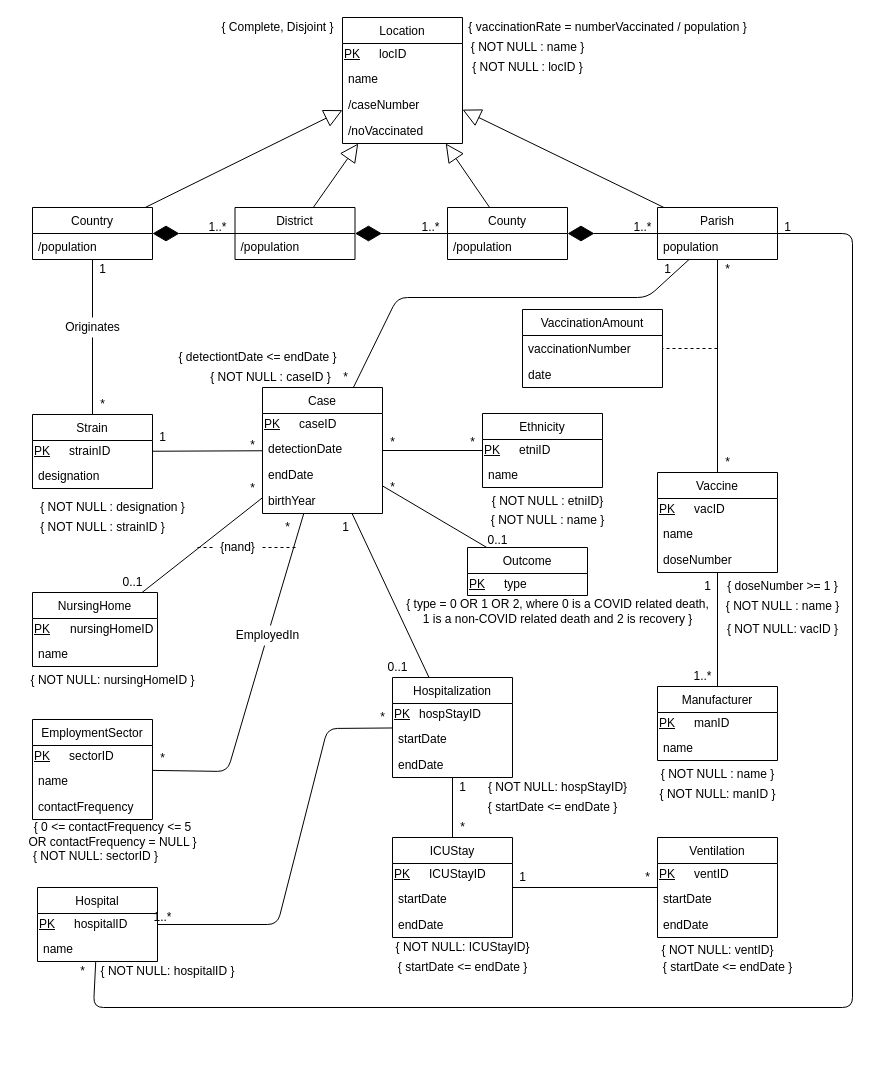
Above: proj.drawio in DreFlo/bdad-proj (draw.io), before the change. Source tidied: cells renumbered, new cells numbered last; positions are measured from the earlier drawing's top-left corner, leaving out a move shared by most shapes. Both pictures are drawn from the tidied source at 100%, with x=0, y=0 at pixel (22, 17).
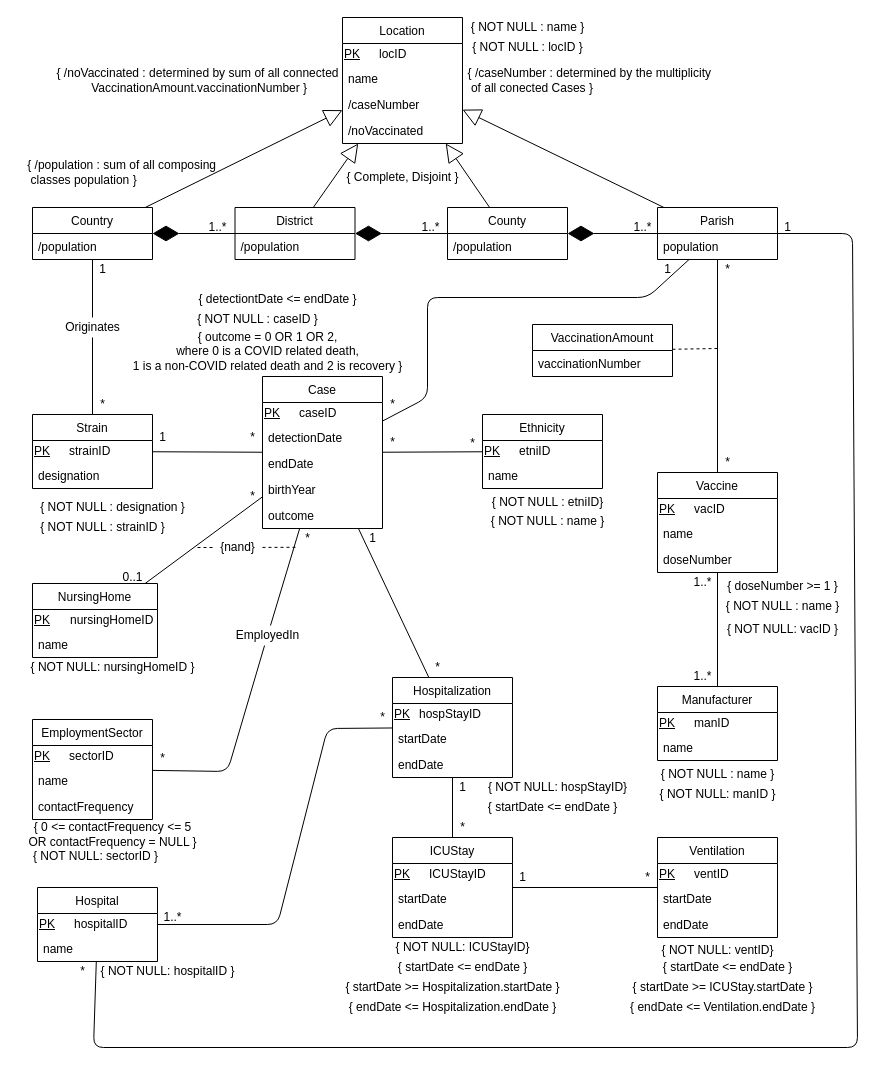
After the change.

Commit message:
UML changes. All done I think.

Unchanged cells that the change refers to:
```xml
<mxCell id="8" value="Parish" style="swimlane;fontStyle=0;horizontal=1;startSize=26;fillColor=none;" parent="1" vertex="1">
  <mxGeometry x="635" y="190" width="120" height="52" as="geometry" />
</mxCell>
<mxCell id="153" value="Hospital" style="swimlane;fontStyle=0;horizontal=1;startSize=26;fillColor=none;" parent="1" vertex="1">
  <mxGeometry x="15" y="870" width="120" height="74" as="geometry" />
</mxCell>
<mxCell id="183" value="{nand}" style="text;html=1;align=center;verticalAlign=middle;points=[];" parent="1" vertex="1">
  <mxGeometry x="190" y="520" width="50" height="20" as="geometry" />
</mxCell>
```

The edit, as a diff of the source:
```diff
@@
     <mxCell id="10" value="Case" style="swimlane;fontStyle=0;horizontal=1;startSize=26;fillColor=none;" parent="1" vertex="1">
-      <mxGeometry x="240" y="370" width="120" height="126" as="geometry" />
+      <mxGeometry x="240" y="359" width="120" height="152" as="geometry" />
     </mxCell>
@@
+    <mxCell id="185" value="outcome" style="text;strokeColor=none;fillColor=none;align=left;verticalAlign=top;spacingLeft=4;spacingRight=4;overflow=hidden;" parent="10" vertex="1">
+      <mxGeometry y="126" width="120" height="26" as="geometry" />
+    </mxCell>
@@
     <mxCell id="39" value="Ethnicity" style="swimlane;fontStyle=0;horizontal=1;startSize=26;fillColor=none;" parent="1" vertex="1">
-      <mxGeometry x="460" y="396" width="120" height="74" as="geometry" />
+      <mxGeometry x="460" y="397" width="120" height="74" as="geometry" />
     </mxCell>
@@
-    <mxCell id="48" value="1" style="text;html=1;align=center;verticalAlign=middle;" parent="1" vertex="1">
-      <mxGeometry x="675" y="559" width="20" height="20" as="geometry" />
+    <mxCell id="48" value="1..*" style="text;html=1;align=center;verticalAlign=middle;" parent="1" vertex="1">
+      <mxGeometry x="665" y="555" width="30" height="20" as="geometry" />
     </mxCell>
@@
     <mxCell id="79" value="*" style="text;html=1;align=center;verticalAlign=middle;" parent="1" vertex="1">
-      <mxGeometry x="220" y="418" width="20" height="20" as="geometry" />
+      <mxGeometry x="220" y="410" width="20" height="20" as="geometry" />
     </mxCell>
@@
     <mxCell id="81" style="endArrow=none;html=1;" parent="1" edge="1" source="10" target="8">
       <mxGeometry relative="1" as="geometry">
         <Array as="points">
-          <mxPoint x="375" y="280" />
+          <mxPoint x="405" y="380" />
+          <mxPoint x="405" y="280" />
           <mxPoint x="625" y="280" />
         </Array>
       </mxGeometry>
     </mxCell>
     <mxCell id="82" value="*" style="text;html=1;align=center;verticalAlign=middle;" parent="1" vertex="1">
-      <mxGeometry x="312.5" y="350" width="20" height="20" as="geometry" />
+      <mxGeometry x="360" y="377" width="20" height="20" as="geometry" />
     </mxCell>
@@
     <mxCell id="85" value="*" style="text;html=1;align=center;verticalAlign=middle;" parent="1" vertex="1">
-      <mxGeometry x="255" y="500" width="20" height="20" as="geometry" />
+      <mxGeometry x="275" y="511" width="20" height="20" as="geometry" />
     </mxCell>
-    <mxCell id="86" value="0..1" style="text;html=1;align=center;verticalAlign=middle;" parent="1" vertex="1">
-      <mxGeometry x="360" y="640" width="30" height="20" as="geometry" />
+    <mxCell id="86" value="*" style="text;html=1;align=center;verticalAlign=middle;" parent="1" vertex="1">
+      <mxGeometry x="405" y="640" width="20" height="20" as="geometry" />
     </mxCell>
     <mxCell id="87" value="1" style="text;html=1;align=center;verticalAlign=middle;" parent="1" vertex="1">
-      <mxGeometry x="312.5" y="500" width="20" height="20" as="geometry" />
+      <mxGeometry x="340" y="511" width="20" height="20" as="geometry" />
     </mxCell>
@@
     <mxCell id="95" value="VaccinationAmount" style="swimlane;fontStyle=0;horizontal=1;startSize=26;fillColor=none;" parent="1" vertex="1">
-      <mxGeometry x="500" y="292" width="140" height="78" as="geometry" />
+      <mxGeometry x="510" y="307" width="140" height="52" as="geometry" />
     </mxCell>
@@
-    <mxCell id="97" value="date" style="text;strokeColor=none;fillColor=none;align=left;verticalAlign=top;spacingLeft=4;spacingRight=4;overflow=hidden;" parent="95" vertex="1">
-      <mxGeometry y="52" width="140" height="26" as="geometry" />
-    </mxCell>
@@
-    <mxCell id="101" value="{ vaccinationRate = numberVaccinated / population }" style="text;html=1;align=center;verticalAlign=middle;" parent="1" vertex="1">
-      <mxGeometry x="440" width="290" height="20" as="geometry" />
-    </mxCell>
@@
-    <mxCell id="104" value="Outcome" style="swimlane;fontStyle=0;horizontal=1;startSize=26;fillColor=none;" parent="1" vertex="1">
-      <mxGeometry x="445" y="530" width="120" height="48" as="geometry" />
-    </mxCell>
-    <mxCell id="105" style="shape=table;html=1;whiteSpace=wrap;startSize=0;childLayout=tableLayout;arcSize=12;strokeColor=none;fillColor=none;" parent="104" vertex="1">
-      <mxGeometry y="26" width="120" height="22" as="geometry" />
-    </mxCell>
-    <mxCell id="106" style="shape=partialRectangle;html=1;whiteSpace=wrap;fillColor=none;top=0;left=0;bottom=0;right=0;" parent="105" vertex="1">
-      <mxGeometry width="120" height="22" as="geometry" />
-    </mxCell>
-    <mxCell id="107" value="PK" style="shape=partialRectangle;html=1;whiteSpace=wrap;overflow=hidden;fillColor=none;top=0;left=0;bottom=0;right=0;fontStyle=4;labelPosition=center;verticalLabelPosition=middle;align=left;verticalAlign=middle;" parent="106" vertex="1">
-      <mxGeometry width="35" height="22" as="geometry" />
-    </mxCell>
-    <mxCell id="108" value="type" style="shape=partialRectangle;html=1;whiteSpace=wrap;overflow=hidden;fillColor=none;top=0;left=0;bottom=0;right=0;align=left;" parent="106" vertex="1">
-      <mxGeometry x="35" width="85" height="22" as="geometry" />
-    </mxCell>
-    <mxCell id="109" value="0..1" style="text;html=1;align=center;verticalAlign=middle;" parent="1" vertex="1">
-      <mxGeometry x="460" y="513" width="30" height="20" as="geometry" />
-    </mxCell>
-    <mxCell id="110" value="{ type = 0 OR 1 OR 2, where 0 is a COVID related death,&lt;br&gt;1 is a non-COVID related death and 2 is recovery }" style="text;html=1;align=center;verticalAlign=middle;" parent="1" vertex="1">
-      <mxGeometry x="375" y="579" width="320" height="30" as="geometry" />
+    <mxCell id="110" value="{ outcome = 0 OR 1 OR 2, &lt;br&gt;where 0 is a COVID related death,&lt;br&gt;1 is a non-COVID related death and 2 is recovery }" style="text;html=1;align=center;verticalAlign=middle;" parent="1" vertex="1">
+      <mxGeometry x="100" y="309" width="290" height="50" as="geometry" />
     </mxCell>
@@
     <mxCell id="134" value="&lt;div align=&quot;left&quot;&gt;{ NOT NULL : name }&lt;br&gt;&lt;/div&gt;" style="text;html=1;align=center;verticalAlign=middle;" parent="1" vertex="1">
-      <mxGeometry x="440" y="20" width="130" height="20" as="geometry" />
+      <mxGeometry x="440" width="130" height="20" as="geometry" />
     </mxCell>
@@
     <mxCell id="136" value="*" style="text;html=1;align=center;verticalAlign=middle;" parent="1" vertex="1">
-      <mxGeometry x="440" y="415" width="20" height="20" as="geometry" />
+      <mxGeometry x="440" y="416" width="20" height="20" as="geometry" />
     </mxCell>
@@
     <mxCell id="138" value="&lt;div align=&quot;left&quot;&gt;{ NOT NULL : locID }&lt;br&gt;&lt;/div&gt;" style="text;html=1;align=center;verticalAlign=middle;" parent="1" vertex="1">
-      <mxGeometry x="445" y="40" width="120" height="20" as="geometry" />
+      <mxGeometry x="445" y="20" width="120" height="20" as="geometry" />
     </mxCell>
     <mxCell id="139" value="&lt;div align=&quot;left&quot;&gt;{ NOT NULL : caseID }&lt;br&gt;&lt;/div&gt;" style="text;html=1;align=center;verticalAlign=middle;" parent="1" vertex="1">
-      <mxGeometry x="182.5" y="350" width="130" height="20" as="geometry" />
+      <mxGeometry x="170" y="292" width="130" height="20" as="geometry" />
     </mxCell>
@@
     <mxCell id="142" value="&lt;div align=&quot;left&quot;&gt;{ NOT NULL : etniID}&lt;br&gt;&lt;/div&gt;" style="text;html=1;align=center;verticalAlign=middle;" parent="1" vertex="1">
-      <mxGeometry x="460" y="474" width="130" height="20" as="geometry" />
+      <mxGeometry x="460" y="475" width="130" height="20" as="geometry" />
     </mxCell>
     <mxCell id="143" value="{ detectiontDate &amp;lt;= endDate }" style="text;html=1;align=center;verticalAlign=middle;" parent="1" vertex="1">
-      <mxGeometry x="150" y="330" width="170" height="20" as="geometry" />
+      <mxGeometry x="170" y="272" width="170" height="20" as="geometry" />
     </mxCell>
@@
     <mxCell id="145" value="{ Complete, Disjoint }" style="text;html=1;align=center;verticalAlign=middle;" parent="1" vertex="1">
-      <mxGeometry x="190" width="130" height="20" as="geometry" />
+      <mxGeometry x="315" y="150" width="130" height="20" as="geometry" />
     </mxCell>
@@
     <mxCell id="147" value="NursingHome" style="swimlane;fontStyle=0;horizontal=1;startSize=26;fillColor=none;" parent="1" vertex="1">
-      <mxGeometry x="10" y="575" width="125" height="74" as="geometry" />
+      <mxGeometry x="10" y="566" width="125" height="74" as="geometry" />
     </mxCell>
@@
     <mxCell id="160" value="1..*" style="text;html=1;align=center;verticalAlign=middle;" parent="1" vertex="1">
-      <mxGeometry x="125" y="890" width="30" height="20" as="geometry" />
+      <mxGeometry x="135" y="890" width="30" height="20" as="geometry" />
     </mxCell>
@@
     <mxCell id="163" value="0..1" style="text;html=1;align=center;verticalAlign=middle;" parent="1" vertex="1">
-      <mxGeometry x="90" y="555" width="40" height="20" as="geometry" />
+      <mxGeometry x="90" y="550" width="40" height="20" as="geometry" />
     </mxCell>
     <mxCell id="164" value="*" style="text;html=1;align=center;verticalAlign=middle;" parent="1" vertex="1">
-      <mxGeometry x="220" y="461" width="20" height="20" as="geometry" />
+      <mxGeometry x="220" y="469" width="20" height="20" as="geometry" />
     </mxCell>
     <mxCell id="165" style="endArrow=none;html=1;" parent="1" edge="1" source="153" target="8">
       <mxGeometry relative="1" as="geometry">
         <Array as="points">
-          <mxPoint x="71" y="990" />
-          <mxPoint x="830" y="990" />
+          <mxPoint x="71" y="1030" />
+          <mxPoint x="835" y="1030" />
           <mxPoint x="830" y="216" />
         </Array>
       </mxGeometry>
     </mxCell>
@@
     <mxCell id="168" value="{ NOT NULL: nursingHomeID }" style="text;html=1;align=center;verticalAlign=middle;" parent="1" vertex="1">
-      <mxGeometry y="653" width="180" height="20" as="geometry" />
+      <mxGeometry y="640" width="180" height="20" as="geometry" />
     </mxCell>
-    <mxCell id="169" style="endArrow=none;html=1;" parent="1" edge="1" source="10" target="104">
-      <mxGeometry relative="1" as="geometry" />
-    </mxCell>
@@
-    <mxCell id="174" value="*" style="text;html=1;align=center;verticalAlign=middle;" parent="1" vertex="1">
-      <mxGeometry x="360" y="460" width="20" height="20" as="geometry" />
-    </mxCell>
     <mxCell id="175" value="&lt;div align=&quot;left&quot;&gt;{ NOT NULL : name }&lt;br&gt;&lt;/div&gt;" style="text;html=1;align=center;verticalAlign=middle;" parent="1" vertex="1">
-      <mxGeometry x="460" y="493" width="130" height="20" as="geometry" />
+      <mxGeometry x="460" y="494" width="130" height="20" as="geometry" />
     </mxCell>
@@
     <mxCell id="182" style="endArrow=none;dashed=1;html=1;" parent="1" edge="1" source="183">
       <mxGeometry relative="1" as="geometry">
-        <mxPoint x="275" y="530" as="targetPoint" />
+        <mxPoint x="275" y="529.8" as="targetPoint" />
       </mxGeometry>
     </mxCell>
@@
+    <mxCell id="186" value="&lt;div style=&quot;text-align: justify&quot;&gt;{ /caseNumber : determined by the multiplicity&lt;/div&gt;&lt;div style=&quot;text-align: justify&quot;&gt;&amp;nbsp;of all conected Cases&lt;span&gt;&amp;nbsp;}&lt;/span&gt;&lt;/div&gt;" style="text;html=1;align=right;verticalAlign=middle;" parent="1" vertex="1">
+      <mxGeometry x="430" y="48" width="260" height="30" as="geometry" />
+    </mxCell>
+    <mxCell id="187" value="{ /noVaccinated : determined by sum of all connected&lt;br&gt;&amp;nbsp;VaccinationAmount.vaccinationNumber }" style="text;html=1;align=center;verticalAlign=middle;" parent="1" vertex="1">
+      <mxGeometry x="25" y="48" width="300" height="30" as="geometry" />
+    </mxCell>
+    <mxCell id="188" value="{ startDate &amp;gt;= Hospitalization.startDate }" style="text;html=1;align=center;verticalAlign=middle;" parent="1" vertex="1">
+      <mxGeometry x="315" y="960" width="230" height="20" as="geometry" />
+    </mxCell>
+    <mxCell id="189" value="{ endDate &amp;lt;= Hospitalization.endDate }" style="text;html=1;align=center;verticalAlign=middle;" parent="1" vertex="1">
+      <mxGeometry x="320" y="980" width="220" height="20" as="geometry" />
+    </mxCell>
+    <mxCell id="190" value="{ startDate &amp;gt;= ICUStay.startDate }" style="text;html=1;align=center;verticalAlign=middle;" parent="1" vertex="1">
+      <mxGeometry x="600" y="960" width="200" height="20" as="geometry" />
+    </mxCell>
+    <mxCell id="191" value="{ endDate &amp;lt;= Ventilation.endDate }" style="text;html=1;align=center;verticalAlign=middle;" parent="1" vertex="1">
+      <mxGeometry x="600" y="980" width="200" height="20" as="geometry" />
+    </mxCell>
+    <mxCell id="192" value="&lt;div style=&quot;text-align: justify&quot;&gt;{ /population : sum of all composing&lt;/div&gt;&lt;div style=&quot;text-align: justify&quot;&gt;&amp;nbsp;classes population&lt;span&gt;&amp;nbsp;}&lt;/span&gt;&lt;/div&gt;" style="text;html=1;align=right;verticalAlign=middle;" parent="1" vertex="1">
+      <mxGeometry x="-5" y="140" width="200" height="30" as="geometry" />
+    </mxCell>
```
